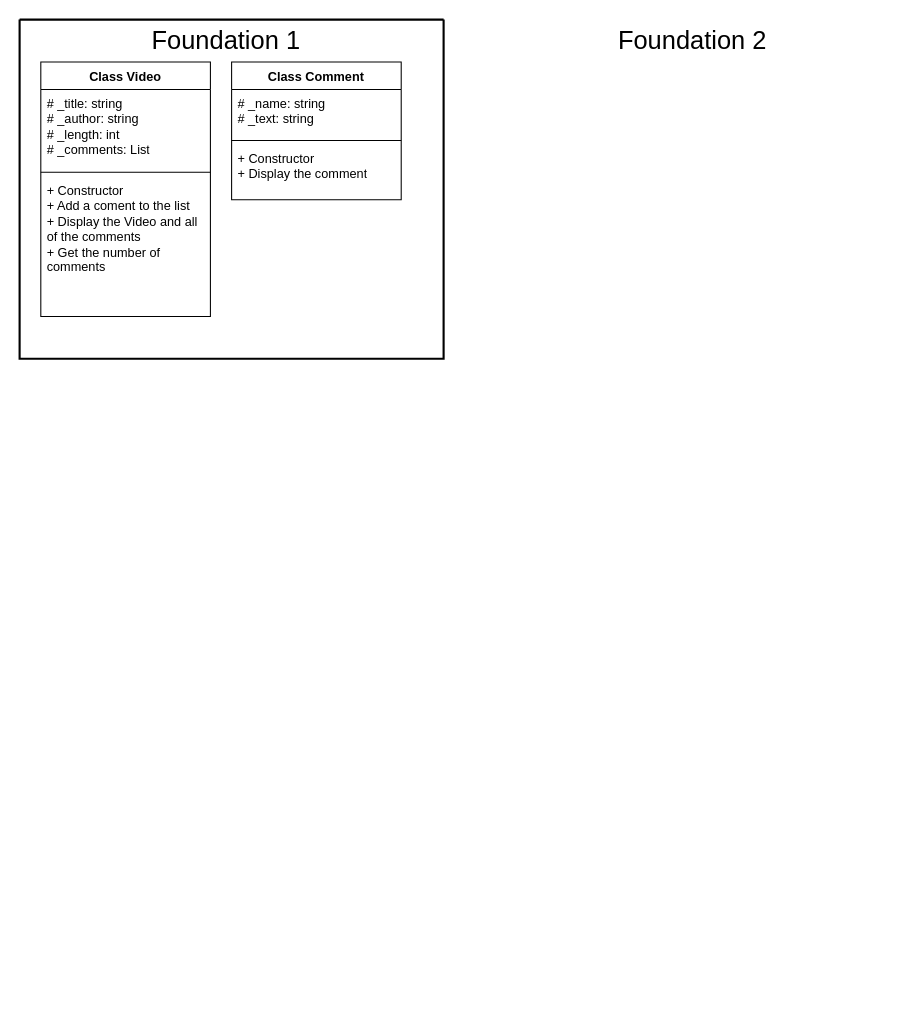
Earlier version of the draw.io diagram final/Final Project Design.drawio (luansud/CSE-210-Programming-with-Classes). Source tidied: cells renumbered, new cells numbered last; positions are measured from the earlier drawing's top-left corner, leaving out a move shared by most shapes. Both pictures are drawn from the tidied source at 106%, with x=0, y=0 at pixel (19, 19).
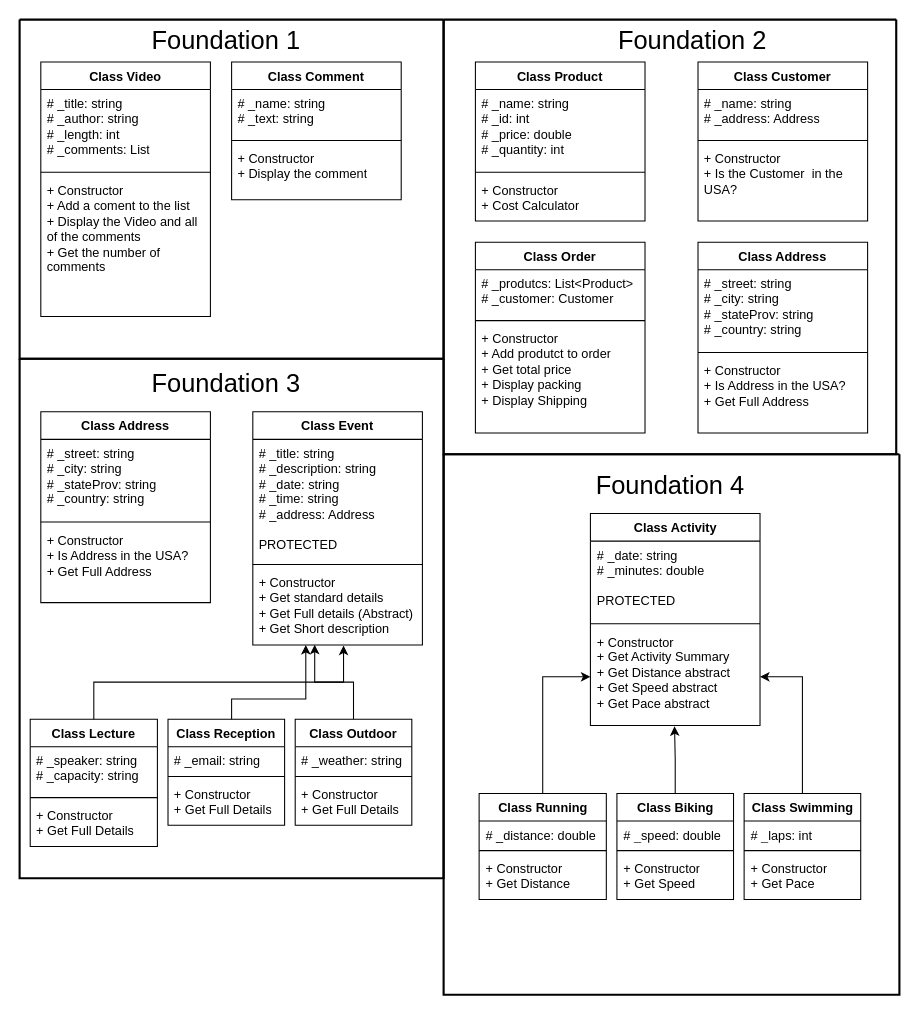
Above is the later version.

Change to the diagram source:
```diff
@@
     <mxCell id="12" style="swimlane;startSize=0;strokeWidth=2;" parent="1" vertex="1">
-      <mxGeometry width="400" height="320" as="geometry" />
+      <mxGeometry x="400" width="427" height="410" as="geometry" />
     </mxCell>
+    <mxCell id="13" value="Class Product" style="swimlane;fontStyle=1;align=center;verticalAlign=top;horizontal=1;startSize=26;whiteSpace=wrap;html=1;strokeWidth=1;" parent="1" vertex="1">
+      <mxGeometry x="430" y="40" width="160" height="150" as="geometry" />
+    </mxCell>
+    <mxCell id="14" value="# _name: string&lt;div&gt;# _id: int&lt;/div&gt;&lt;div&gt;# _price: double&lt;div&gt;# _quantity: int&lt;/div&gt;&lt;/div&gt;" style="text;strokeColor=none;fillColor=none;align=left;verticalAlign=top;spacingLeft=4;spacingRight=4;overflow=hidden;whiteSpace=wrap;html=1;" parent="13" vertex="1">
+      <mxGeometry y="26" width="160" height="74" as="geometry" />
+    </mxCell>
+    <mxCell id="15" style="line;strokeWidth=1;fillColor=none;align=left;verticalAlign=middle;spacingTop=-1;spacingLeft=3;spacingRight=3;labelPosition=right;strokeColor=inherit;" parent="13" vertex="1">
+      <mxGeometry y="100" width="160" height="8" as="geometry" />
+    </mxCell>
+    <mxCell id="16" value="&lt;div&gt;+ Constructor&lt;/div&gt;&lt;div&gt;+ Cost Calculator&lt;/div&gt;&lt;div&gt;&lt;br&gt;&lt;/div&gt;" style="text;strokeColor=none;fillColor=none;align=left;verticalAlign=top;spacingLeft=4;spacingRight=4;overflow=hidden;whiteSpace=wrap;html=1;" parent="13" vertex="1">
+      <mxGeometry y="108" width="160" height="42" as="geometry" />
+    </mxCell>
+    <mxCell id="17" value="Class Customer" style="swimlane;fontStyle=1;align=center;verticalAlign=top;horizontal=1;startSize=26;whiteSpace=wrap;html=1;strokeWidth=1;" parent="1" vertex="1">
+      <mxGeometry x="640" y="40" width="160" height="150" as="geometry" />
+    </mxCell>
+    <mxCell id="18" value="# _name: string&lt;div&gt;# _address: Address&lt;/div&gt;" style="text;strokeColor=none;fillColor=none;align=left;verticalAlign=top;spacingLeft=4;spacingRight=4;overflow=hidden;whiteSpace=wrap;html=1;" parent="17" vertex="1">
+      <mxGeometry y="26" width="160" height="44" as="geometry" />
+    </mxCell>
+    <mxCell id="19" style="line;strokeWidth=1;fillColor=none;align=left;verticalAlign=middle;spacingTop=-1;spacingLeft=3;spacingRight=3;labelPosition=right;strokeColor=inherit;" parent="17" vertex="1">
+      <mxGeometry y="70" width="160" height="8" as="geometry" />
+    </mxCell>
+    <mxCell id="20" value="&lt;div&gt;+ Constructor&lt;/div&gt;&lt;div&gt;+ Is the Customer&amp;nbsp; in the USA?&lt;/div&gt;" style="text;strokeColor=none;fillColor=none;align=left;verticalAlign=top;spacingLeft=4;spacingRight=4;overflow=hidden;whiteSpace=wrap;html=1;" parent="17" vertex="1">
+      <mxGeometry y="78" width="160" height="72" as="geometry" />
+    </mxCell>
+    <mxCell id="21" value="Class Order" style="swimlane;fontStyle=1;align=center;verticalAlign=top;horizontal=1;startSize=26;whiteSpace=wrap;html=1;strokeWidth=1;" parent="1" vertex="1">
+      <mxGeometry x="430" y="210" width="160" height="180" as="geometry" />
+    </mxCell>
+    <mxCell id="22" value="# _produtcs: List&amp;lt;Product&amp;gt;&lt;div&gt;# _customer: Customer&lt;/div&gt;" style="text;strokeColor=none;fillColor=none;align=left;verticalAlign=top;spacingLeft=4;spacingRight=4;overflow=hidden;whiteSpace=wrap;html=1;" parent="21" vertex="1">
+      <mxGeometry y="26" width="160" height="44" as="geometry" />
+    </mxCell>
+    <mxCell id="23" style="line;strokeWidth=1;fillColor=none;align=left;verticalAlign=middle;spacingTop=-1;spacingLeft=3;spacingRight=3;labelPosition=right;strokeColor=inherit;" parent="21" vertex="1">
+      <mxGeometry y="70" width="160" height="8" as="geometry" />
+    </mxCell>
+    <mxCell id="24" value="&lt;div&gt;+ Constructor&lt;/div&gt;&lt;div&gt;+ Add produtct to order&lt;/div&gt;&lt;div&gt;+ Get total price&lt;/div&gt;&lt;div&gt;+ Display packing&amp;nbsp;&lt;/div&gt;&lt;div&gt;+ Display Shipping&amp;nbsp;&lt;/div&gt;" style="text;strokeColor=none;fillColor=none;align=left;verticalAlign=top;spacingLeft=4;spacingRight=4;overflow=hidden;whiteSpace=wrap;html=1;" parent="21" vertex="1">
+      <mxGeometry y="78" width="160" height="102" as="geometry" />
+    </mxCell>
+    <mxCell id="25" value="Class Address" style="swimlane;fontStyle=1;align=center;verticalAlign=top;horizontal=1;startSize=26;whiteSpace=wrap;html=1;strokeWidth=1;" parent="1" vertex="1">
+      <mxGeometry x="640" y="210" width="160" height="180" as="geometry" />
+    </mxCell>
+    <mxCell id="26" value="# _street: string&lt;div&gt;# _city: string&lt;/div&gt;&lt;div&gt;# _stateProv: string&lt;div&gt;# _country: string&lt;/div&gt;&lt;/div&gt;" style="text;strokeColor=none;fillColor=none;align=left;verticalAlign=top;spacingLeft=4;spacingRight=4;overflow=hidden;whiteSpace=wrap;html=1;" parent="25" vertex="1">
+      <mxGeometry y="26" width="160" height="74" as="geometry" />
+    </mxCell>
+    <mxCell id="27" style="line;strokeWidth=1;fillColor=none;align=left;verticalAlign=middle;spacingTop=-1;spacingLeft=3;spacingRight=3;labelPosition=right;strokeColor=inherit;" parent="25" vertex="1">
+      <mxGeometry y="100" width="160" height="8" as="geometry" />
+    </mxCell>
+    <mxCell id="28" value="&lt;div&gt;+ Constructor&lt;/div&gt;&lt;div&gt;+ Is Address in the USA?&lt;/div&gt;&lt;div&gt;+ Get Full Address&lt;/div&gt;" style="text;strokeColor=none;fillColor=none;align=left;verticalAlign=top;spacingLeft=4;spacingRight=4;overflow=hidden;whiteSpace=wrap;html=1;" parent="25" vertex="1">
+      <mxGeometry y="108" width="160" height="72" as="geometry" />
+    </mxCell>
+    <mxCell id="29" style="swimlane;startSize=0;strokeWidth=2;" parent="1" vertex="1">
+      <mxGeometry width="400" height="320" as="geometry" />
+    </mxCell>
+    <mxCell id="30" value="Foundation 3" style="text;html=1;align=center;verticalAlign=middle;whiteSpace=wrap;rounded=0;strokeWidth=1;fontSize=24;" parent="1" vertex="1">
+      <mxGeometry x="110" y="334" width="170" height="20" as="geometry" />
+    </mxCell>
+    <mxCell id="31" value="Class Event" style="swimlane;fontStyle=1;align=center;verticalAlign=top;horizontal=1;startSize=26;whiteSpace=wrap;html=1;strokeWidth=1;" parent="1" vertex="1">
+      <mxGeometry x="220" y="370" width="160" height="220" as="geometry" />
+    </mxCell>
+    <mxCell id="32" value="# _title: string&lt;div&gt;# _description: string&lt;/div&gt;&lt;div&gt;# _date: string&lt;div&gt;# _time: string&lt;/div&gt;&lt;/div&gt;&lt;div&gt;# _address: Address&lt;/div&gt;&lt;div&gt;&lt;br&gt;&lt;/div&gt;&lt;div&gt;PROTECTED&lt;/div&gt;" style="text;strokeColor=none;fillColor=none;align=left;verticalAlign=top;spacingLeft=4;spacingRight=4;overflow=hidden;whiteSpace=wrap;html=1;" parent="31" vertex="1">
+      <mxGeometry y="26" width="160" height="114" as="geometry" />
+    </mxCell>
+    <mxCell id="33" style="line;strokeWidth=1;fillColor=none;align=left;verticalAlign=middle;spacingTop=-1;spacingLeft=3;spacingRight=3;labelPosition=right;strokeColor=inherit;" parent="31" vertex="1">
+      <mxGeometry y="140" width="160" height="8" as="geometry" />
+    </mxCell>
+    <mxCell id="34" value="&lt;div&gt;+ Constructor&lt;/div&gt;&lt;div&gt;+ Get standard details&lt;/div&gt;&lt;div&gt;+ Get Full details (Abstract)&lt;/div&gt;&lt;div&gt;+ Get Short description&amp;nbsp;&lt;/div&gt;" style="text;strokeColor=none;fillColor=none;align=left;verticalAlign=top;spacingLeft=4;spacingRight=4;overflow=hidden;points=[[0,0.5],[1,0.5]];portConstraint=eastwest;whiteSpace=wrap;html=1;" parent="31" vertex="1">
+      <mxGeometry y="148" width="160" height="72" as="geometry" />
+    </mxCell>
+    <mxCell id="35" value="Class Lecture" style="swimlane;fontStyle=1;align=center;verticalAlign=top;horizontal=1;startSize=26;whiteSpace=wrap;html=1;strokeWidth=1;" parent="1" vertex="1">
+      <mxGeometry x="10" y="660" width="120" height="120" as="geometry" />
+    </mxCell>
+    <mxCell id="36" value="# _speaker: string&lt;div&gt;# _capacity: string&lt;/div&gt;" style="text;strokeColor=none;fillColor=none;align=left;verticalAlign=top;spacingLeft=4;spacingRight=4;overflow=hidden;whiteSpace=wrap;html=1;" parent="35" vertex="1">
+      <mxGeometry y="26" width="120" height="44" as="geometry" />
+    </mxCell>
+    <mxCell id="37" style="line;strokeWidth=1;fillColor=none;align=left;verticalAlign=middle;spacingTop=-1;spacingLeft=3;spacingRight=3;labelPosition=right;strokeColor=inherit;" parent="35" vertex="1">
+      <mxGeometry y="70" width="120" height="8" as="geometry" />
+    </mxCell>
+    <mxCell id="38" value="&lt;div&gt;+ Constructor&lt;/div&gt;&lt;div&gt;+ Get Full Details&lt;/div&gt;" style="text;strokeColor=none;fillColor=none;align=left;verticalAlign=top;spacingLeft=4;spacingRight=4;overflow=hidden;whiteSpace=wrap;html=1;" parent="35" vertex="1">
+      <mxGeometry y="78" width="120" height="42" as="geometry" />
+    </mxCell>
+    <mxCell id="39" value="Class Reception" style="swimlane;fontStyle=1;align=center;verticalAlign=top;horizontal=1;startSize=26;whiteSpace=wrap;html=1;strokeWidth=1;" parent="1" vertex="1">
+      <mxGeometry x="140" y="660" width="110" height="100" as="geometry" />
+    </mxCell>
+    <mxCell id="40" value="# _email: string" style="text;strokeColor=none;fillColor=none;align=left;verticalAlign=top;spacingLeft=4;spacingRight=4;overflow=hidden;whiteSpace=wrap;html=1;" parent="39" vertex="1">
+      <mxGeometry y="26" width="110" height="24" as="geometry" />
+    </mxCell>
+    <mxCell id="41" style="line;strokeWidth=1;fillColor=none;align=left;verticalAlign=middle;spacingTop=-1;spacingLeft=3;spacingRight=3;labelPosition=right;strokeColor=inherit;" parent="39" vertex="1">
+      <mxGeometry y="50" width="110" height="8" as="geometry" />
+    </mxCell>
+    <mxCell id="42" value="&lt;div&gt;+ Constructor&lt;/div&gt;&lt;div&gt;+ Get Full Details&lt;br&gt;&lt;/div&gt;" style="text;strokeColor=none;fillColor=none;align=left;verticalAlign=top;spacingLeft=4;spacingRight=4;overflow=hidden;whiteSpace=wrap;html=1;" parent="39" vertex="1">
+      <mxGeometry y="58" width="110" height="42" as="geometry" />
+    </mxCell>
+    <mxCell id="43" style="edgeStyle=orthogonalEdgeStyle;rounded=0;jettySize=auto;html=1;entryX=0.365;entryY=0.997;entryDx=0;entryDy=0;entryPerimeter=0;" parent="1" edge="1" source="49" target="34">
+      <mxGeometry relative="1" as="geometry" />
+    </mxCell>
+    <mxCell id="44" value="Class Address" style="swimlane;fontStyle=1;align=center;verticalAlign=top;horizontal=1;startSize=26;whiteSpace=wrap;html=1;strokeWidth=1;" parent="1" vertex="1">
+      <mxGeometry x="20" y="370" width="160" height="180" as="geometry" />
+    </mxCell>
+    <mxCell id="45" value="# _street: string&lt;div&gt;# _city: string&lt;/div&gt;&lt;div&gt;# _stateProv: string&lt;div&gt;# _country: string&lt;/div&gt;&lt;/div&gt;" style="text;strokeColor=none;fillColor=none;align=left;verticalAlign=top;spacingLeft=4;spacingRight=4;overflow=hidden;whiteSpace=wrap;html=1;" parent="44" vertex="1">
+      <mxGeometry y="26" width="160" height="74" as="geometry" />
+    </mxCell>
+    <mxCell id="46" style="line;strokeWidth=1;fillColor=none;align=left;verticalAlign=middle;spacingTop=-1;spacingLeft=3;spacingRight=3;labelPosition=right;strokeColor=inherit;" parent="44" vertex="1">
+      <mxGeometry y="100" width="160" height="8" as="geometry" />
+    </mxCell>
+    <mxCell id="47" value="&lt;div&gt;+ Constructor&lt;/div&gt;&lt;div&gt;+ Is Address in the USA?&lt;/div&gt;&lt;div&gt;+ Get Full Address&lt;/div&gt;" style="text;strokeColor=none;fillColor=none;align=left;verticalAlign=top;spacingLeft=4;spacingRight=4;overflow=hidden;whiteSpace=wrap;html=1;" parent="44" vertex="1">
+      <mxGeometry y="108" width="160" height="72" as="geometry" />
+    </mxCell>
+    <mxCell id="48" style="swimlane;startSize=0;strokeWidth=2;" parent="1" vertex="1">
+      <mxGeometry y="320" width="400" height="490" as="geometry" />
+    </mxCell>
+    <mxCell id="49" value="Class Outdoor" style="swimlane;fontStyle=1;align=center;verticalAlign=top;horizontal=1;startSize=26;whiteSpace=wrap;html=1;strokeWidth=1;" parent="48" vertex="1">
+      <mxGeometry x="260" y="340" width="110" height="100" as="geometry" />
+    </mxCell>
+    <mxCell id="50" value="# _weather: string" style="text;strokeColor=none;fillColor=none;align=left;verticalAlign=top;spacingLeft=4;spacingRight=4;overflow=hidden;whiteSpace=wrap;html=1;" parent="49" vertex="1">
+      <mxGeometry y="26" width="110" height="24" as="geometry" />
+    </mxCell>
+    <mxCell id="51" style="line;strokeWidth=1;fillColor=none;align=left;verticalAlign=middle;spacingTop=-1;spacingLeft=3;spacingRight=3;labelPosition=right;strokeColor=inherit;" parent="49" vertex="1">
+      <mxGeometry y="50" width="110" height="8" as="geometry" />
+    </mxCell>
+    <mxCell id="52" value="&lt;div&gt;+ Constructor&lt;/div&gt;&lt;div&gt;+ Get Full Details&lt;br&gt;&lt;/div&gt;" style="text;strokeColor=none;fillColor=none;align=left;verticalAlign=top;spacingLeft=4;spacingRight=4;overflow=hidden;whiteSpace=wrap;html=1;" parent="49" vertex="1">
+      <mxGeometry y="58" width="110" height="42" as="geometry" />
+    </mxCell>
+    <mxCell id="53" style="edgeStyle=orthogonalEdgeStyle;rounded=0;orthogonalLoop=1;jettySize=auto;html=1;" parent="48" edge="1">
+      <mxGeometry relative="1" as="geometry">
+        <mxPoint x="200" y="340" as="sourcePoint" />
+        <mxPoint x="270" y="270" as="targetPoint" />
+        <Array as="points">
+          <mxPoint x="200" y="321" />
+          <mxPoint x="270" y="321" />
+          <mxPoint x="270" y="270" />
+        </Array>
+      </mxGeometry>
+    </mxCell>
+    <mxCell id="54" style="edgeStyle=orthogonalEdgeStyle;rounded=0;jettySize=auto;html=1;entryX=0.535;entryY=1.008;entryDx=0;entryDy=0;entryPerimeter=0;" parent="1" edge="1" source="35" target="34">
+      <mxGeometry relative="1" as="geometry" />
+    </mxCell>
+    <mxCell id="55" value="Foundation 4" style="text;html=1;align=center;verticalAlign=middle;whiteSpace=wrap;rounded=0;strokeWidth=1;fontSize=24;" parent="1" vertex="1">
+      <mxGeometry x="528.5" y="430" width="170" height="20" as="geometry" />
+    </mxCell>
+    <mxCell id="56" style="swimlane;startSize=0;strokeWidth=2;" parent="1" vertex="1">
+      <mxGeometry x="400" y="410" width="430" height="510" as="geometry" />
+    </mxCell>
+    <mxCell id="57" value="Class Activity" style="swimlane;fontStyle=1;align=center;verticalAlign=top;horizontal=1;startSize=26;whiteSpace=wrap;html=1;strokeWidth=1;" parent="56" vertex="1">
+      <mxGeometry x="138.5" y="56" width="160" height="200" as="geometry" />
+    </mxCell>
+    <mxCell id="58" value="# _date: string&lt;div&gt;# _minutes: double&lt;/div&gt;&lt;div&gt;&lt;br&gt;&lt;/div&gt;&lt;div&gt;PROTECTED&lt;/div&gt;" style="text;strokeColor=none;fillColor=none;align=left;verticalAlign=top;spacingLeft=4;spacingRight=4;overflow=hidden;whiteSpace=wrap;html=1;" parent="57" vertex="1">
+      <mxGeometry y="26" width="160" height="74" as="geometry" />
+    </mxCell>
+    <mxCell id="59" style="line;strokeWidth=1;fillColor=none;align=left;verticalAlign=middle;spacingTop=-1;spacingLeft=3;spacingRight=3;labelPosition=right;strokeColor=inherit;" parent="57" vertex="1">
+      <mxGeometry y="100" width="160" height="8" as="geometry" />
+    </mxCell>
+    <mxCell id="60" value="&lt;div&gt;+ Constructor&lt;/div&gt;&lt;div&gt;+ Get Activity Summary&lt;/div&gt;&lt;div&gt;+ Get Distance abstract&lt;/div&gt;&lt;div&gt;+ Get Speed&amp;nbsp;&lt;span style=&quot;background-color: initial;&quot;&gt;abstract&lt;/span&gt;&lt;/div&gt;&lt;div&gt;+ Get Pace&amp;nbsp;&lt;span style=&quot;background-color: initial;&quot;&gt;abstract&lt;/span&gt;&lt;/div&gt;" style="text;strokeColor=none;fillColor=none;align=left;verticalAlign=top;spacingLeft=4;spacingRight=4;overflow=hidden;points=[[0,0.5],[1,0.5]];portConstraint=eastwest;whiteSpace=wrap;html=1;" parent="57" vertex="1">
+      <mxGeometry y="108" width="160" height="92" as="geometry" />
+    </mxCell>
+    <mxCell id="61" style="edgeStyle=orthogonalEdgeStyle;rounded=0;jettySize=auto;html=1;entryX=0;entryY=0.5;entryDx=0;entryDy=0;" parent="56" edge="1" source="62" target="60">
+      <mxGeometry relative="1" as="geometry" />
+    </mxCell>
+    <mxCell id="62" value="Class Running" style="swimlane;fontStyle=1;align=center;verticalAlign=top;horizontal=1;startSize=26;whiteSpace=wrap;html=1;strokeWidth=1;" parent="56" vertex="1">
+      <mxGeometry x="33.5" y="320" width="120" height="100" as="geometry" />
+    </mxCell>
+    <mxCell id="63" value="# _distance: double&lt;div&gt;&lt;br&gt;&lt;/div&gt;" style="text;strokeColor=none;fillColor=none;align=left;verticalAlign=top;spacingLeft=4;spacingRight=4;overflow=hidden;whiteSpace=wrap;html=1;" parent="62" vertex="1">
+      <mxGeometry y="26" width="120" height="24" as="geometry" />
+    </mxCell>
+    <mxCell id="64" style="line;strokeWidth=1;fillColor=none;align=left;verticalAlign=middle;spacingTop=-1;spacingLeft=3;spacingRight=3;labelPosition=right;strokeColor=inherit;" parent="62" vertex="1">
+      <mxGeometry y="50" width="120" height="8" as="geometry" />
+    </mxCell>
+    <mxCell id="65" value="&lt;div&gt;+ Constructor&lt;/div&gt;&lt;div&gt;+ Get Distance&lt;/div&gt;" style="text;strokeColor=none;fillColor=none;align=left;verticalAlign=top;spacingLeft=4;spacingRight=4;overflow=hidden;whiteSpace=wrap;html=1;" parent="62" vertex="1">
+      <mxGeometry y="58" width="120" height="42" as="geometry" />
+    </mxCell>
+    <mxCell id="66" value="Class Biking" style="swimlane;fontStyle=1;align=center;verticalAlign=top;horizontal=1;startSize=26;whiteSpace=wrap;html=1;strokeWidth=1;" parent="56" vertex="1">
+      <mxGeometry x="163.5" y="320" width="110" height="100" as="geometry" />
+    </mxCell>
+    <mxCell id="67" value="# _speed: double" style="text;strokeColor=none;fillColor=none;align=left;verticalAlign=top;spacingLeft=4;spacingRight=4;overflow=hidden;whiteSpace=wrap;html=1;" parent="66" vertex="1">
+      <mxGeometry y="26" width="110" height="24" as="geometry" />
+    </mxCell>
+    <mxCell id="68" style="line;strokeWidth=1;fillColor=none;align=left;verticalAlign=middle;spacingTop=-1;spacingLeft=3;spacingRight=3;labelPosition=right;strokeColor=inherit;" parent="66" vertex="1">
+      <mxGeometry y="50" width="110" height="8" as="geometry" />
+    </mxCell>
+    <mxCell id="69" value="&lt;div&gt;+ Constructor&lt;/div&gt;&lt;div&gt;+ Get Speed&lt;br&gt;&lt;/div&gt;" style="text;strokeColor=none;fillColor=none;align=left;verticalAlign=top;spacingLeft=4;spacingRight=4;overflow=hidden;whiteSpace=wrap;html=1;" parent="66" vertex="1">
+      <mxGeometry y="58" width="110" height="42" as="geometry" />
+    </mxCell>
+    <mxCell id="70" style="edgeStyle=orthogonalEdgeStyle;rounded=0;jettySize=auto;html=1;" parent="56" edge="1" source="71" target="60">
+      <mxGeometry relative="1" as="geometry" />
+    </mxCell>
+    <mxCell id="71" value="Class Swimming" style="swimlane;fontStyle=1;align=center;verticalAlign=top;horizontal=1;startSize=26;whiteSpace=wrap;html=1;strokeWidth=1;" parent="56" vertex="1">
+      <mxGeometry x="283.5" y="320" width="110" height="100" as="geometry" />
+    </mxCell>
+    <mxCell id="72" value="# _laps: int" style="text;strokeColor=none;fillColor=none;align=left;verticalAlign=top;spacingLeft=4;spacingRight=4;overflow=hidden;whiteSpace=wrap;html=1;" parent="71" vertex="1">
+      <mxGeometry y="26" width="110" height="24" as="geometry" />
+    </mxCell>
+    <mxCell id="73" style="line;strokeWidth=1;fillColor=none;align=left;verticalAlign=middle;spacingTop=-1;spacingLeft=3;spacingRight=3;labelPosition=right;strokeColor=inherit;" parent="71" vertex="1">
+      <mxGeometry y="50" width="110" height="8" as="geometry" />
+    </mxCell>
+    <mxCell id="74" value="&lt;div&gt;+ Constructor&lt;/div&gt;&lt;div&gt;+ Get Pace&lt;br&gt;&lt;/div&gt;" style="text;strokeColor=none;fillColor=none;align=left;verticalAlign=top;spacingLeft=4;spacingRight=4;overflow=hidden;whiteSpace=wrap;html=1;" parent="71" vertex="1">
+      <mxGeometry y="58" width="110" height="42" as="geometry" />
+    </mxCell>
+    <mxCell id="75" style="edgeStyle=orthogonalEdgeStyle;rounded=0;jettySize=auto;html=1;entryX=0.496;entryY=1.007;entryDx=0;entryDy=0;entryPerimeter=0;" parent="56" edge="1" source="66" target="60">
+      <mxGeometry relative="1" as="geometry" />
+    </mxCell>
```
